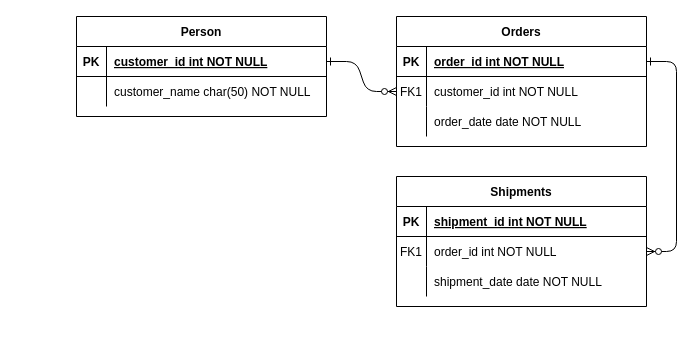
pclmatos/ciai-tp keeps this draw.io diagram as database_schema.drawio. Above is the earlier version. Source tidied: cells renumbered, new cells numbered last; positions are measured from the earlier drawing's top-left corner, leaving out a move shared by most shapes. Both pictures are drawn from the tidied source at 100%, with x=0, y=0 at pixel (76, 16).
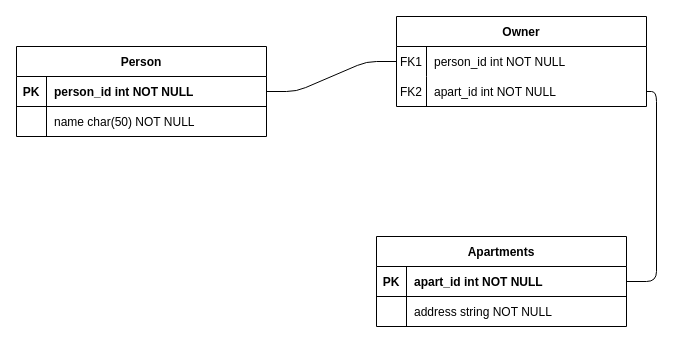
Above is the later version.

Commit message:
added owner relation

The change refers to these unchanged cells:
```xml
<mxCell id="25" style="shape=partialRectangle;fillColor=none;points=[[0,0.5],[1,0.5]];portConstraint=eastwest;top=0;left=0;right=0;bottom=1;" parent="24" vertex="1">
  <mxGeometry y="30" width="250" height="30" as="geometry" />
</mxCell>
<mxCell id="28" style="shape=partialRectangle;fillColor=none;top=0;left=0;right=0;bottom=0;" parent="24" vertex="1">
  <mxGeometry y="60" width="250" height="30" as="geometry" />
</mxCell>
```

Change to the diagram source:
```diff
@@
-    <mxCell id="2" style="edgeStyle=entityRelationEdgeStyle;endArrow=ERzeroToMany;startArrow=ERone;endFill=1;startFill=0;" parent="1" edge="1" source="25" target="8">
+    <mxCell id="2" style="edgeStyle=entityRelationEdgeStyle;endArrow=none;startArrow=none;endFill=0;startFill=0;" parent="1" edge="1" source="25" target="8">
       <mxGeometry relative="1" as="geometry" />
     </mxCell>
-    <mxCell id="3" style="edgeStyle=entityRelationEdgeStyle;endArrow=ERzeroToMany;startArrow=ERone;endFill=1;startFill=0;" parent="1" edge="1" source="5" target="18">
+    <mxCell id="3" style="endArrow=none;startArrow=none;endFill=0;startFill=0;entryX=1;entryY=0.5;entryDx=0;entryDy=0;edgeStyle=orthogonalEdgeStyle;exitX=1;exitY=0.5;exitDx=0;exitDy=0;" parent="1" edge="1" source="11" target="15">
       <mxGeometry relative="1" as="geometry" />
     </mxCell>
-    <mxCell id="4" value="Orders" style="shape=table;startSize=30;childLayout=tableLayout;rowLines=0;fontStyle=1;align=center;" parent="1" vertex="1">
-      <mxGeometry x="320" width="250" height="130" as="geometry" />
+    <mxCell id="4" value="Owner" style="shape=table;startSize=30;childLayout=tableLayout;rowLines=0;fontStyle=1;align=center;" parent="1" vertex="1">
+      <mxGeometry x="320" width="250" height="90" as="geometry" />
     </mxCell>
-    <mxCell id="5" style="shape=partialRectangle;fillColor=none;points=[[0,0.5],[1,0.5]];portConstraint=eastwest;top=0;left=0;right=0;bottom=1;" parent="4" vertex="1">
-      <mxGeometry y="30" width="250" height="30" as="geometry" />
-    </mxCell>
-    <mxCell id="6" value="PK" style="shape=partialRectangle;overflow=hidden;fillColor=none;top=0;left=0;bottom=0;right=0;fontStyle=1;" parent="5" vertex="1">
-      <mxGeometry width="30" height="30" as="geometry" />
-    </mxCell>
-    <mxCell id="7" value="order_id int NOT NULL " style="shape=partialRectangle;overflow=hidden;fillColor=none;top=0;left=0;bottom=0;right=0;align=left;spacingLeft=6;fontStyle=5;" parent="5" vertex="1">
-      <mxGeometry x="30" width="220" height="30" as="geometry" />
-    </mxCell>
     <mxCell id="8" style="shape=partialRectangle;fillColor=none;points=[[0,0.5],[1,0.5]];portConstraint=eastwest;top=0;left=0;right=0;bottom=0;" parent="4" vertex="1">
-      <mxGeometry y="60" width="250" height="30" as="geometry" />
+      <mxGeometry y="30" width="250" height="30" as="geometry" />
     </mxCell>
@@
-    <mxCell id="10" value="customer_id int NOT NULL" style="shape=partialRectangle;overflow=hidden;fillColor=none;top=0;left=0;bottom=0;right=0;align=left;spacingLeft=6;" parent="8" vertex="1">
+    <mxCell id="10" value="person_id int NOT NULL" style="shape=partialRectangle;overflow=hidden;fillColor=none;top=0;left=0;bottom=0;right=0;align=left;spacingLeft=6;" parent="8" vertex="1">
       <mxGeometry x="30" width="220" height="30" as="geometry" />
     </mxCell>
     <mxCell id="11" style="shape=partialRectangle;fillColor=none;points=[[0,0.5],[1,0.5]];portConstraint=eastwest;top=0;left=0;right=0;bottom=0;" parent="4" vertex="1">
-      <mxGeometry y="90" width="250" height="30" as="geometry" />
+      <mxGeometry y="60" width="250" height="30" as="geometry" />
     </mxCell>
-    <mxCell id="12" style="shape=partialRectangle;overflow=hidden;fillColor=none;top=0;left=0;bottom=0;right=0;" parent="11" vertex="1">
+    <mxCell id="12" value="FK2" style="shape=partialRectangle;overflow=hidden;fillColor=none;top=0;left=0;bottom=0;right=0;" parent="11" vertex="1">
       <mxGeometry width="30" height="30" as="geometry" />
     </mxCell>
-    <mxCell id="13" value="order_date date NOT NULL" style="shape=partialRectangle;overflow=hidden;fillColor=none;top=0;left=0;bottom=0;right=0;align=left;spacingLeft=6;" parent="11" vertex="1">
+    <mxCell id="13" value="apart_id int NOT NULL" style="shape=partialRectangle;overflow=hidden;fillColor=none;top=0;left=0;bottom=0;right=0;align=left;spacingLeft=6;" parent="11" vertex="1">
       <mxGeometry x="30" width="220" height="30" as="geometry" />
     </mxCell>
-    <mxCell id="14" value="Shipments" style="shape=table;startSize=30;childLayout=tableLayout;rowLines=0;fontStyle=1;align=center;" parent="1" vertex="1">
-      <mxGeometry x="320" y="160" width="250" height="130" as="geometry" />
-    </mxCell>
-    <mxCell id="15" style="shape=partialRectangle;fillColor=none;points=[[0,0.5],[1,0.5]];portConstraint=eastwest;top=0;left=0;right=0;bottom=1;" parent="14" vertex="1">
-      <mxGeometry y="30" width="250" height="30" as="geometry" />
-    </mxCell>
-    <mxCell id="16" value="PK" style="shape=partialRectangle;overflow=hidden;fillColor=none;top=0;left=0;bottom=0;right=0;fontStyle=1;" parent="15" vertex="1">
-      <mxGeometry width="30" height="30" as="geometry" />
-    </mxCell>
-    <mxCell id="17" value="shipment_id int NOT NULL " style="shape=partialRectangle;overflow=hidden;fillColor=none;top=0;left=0;bottom=0;right=0;align=left;spacingLeft=6;fontStyle=5;" parent="15" vertex="1">
-      <mxGeometry x="30" width="220" height="30" as="geometry" />
-    </mxCell>
-    <mxCell id="18" style="shape=partialRectangle;fillColor=none;points=[[0,0.5],[1,0.5]];portConstraint=eastwest;top=0;left=0;right=0;bottom=0;" parent="14" vertex="1">
-      <mxGeometry y="60" width="250" height="30" as="geometry" />
-    </mxCell>
-    <mxCell id="19" value="FK1" style="shape=partialRectangle;overflow=hidden;fillColor=none;top=0;left=0;bottom=0;right=0;" parent="18" vertex="1">
-      <mxGeometry width="30" height="30" as="geometry" />
-    </mxCell>
-    <mxCell id="20" value="order_id int NOT NULL" style="shape=partialRectangle;overflow=hidden;fillColor=none;top=0;left=0;bottom=0;right=0;align=left;spacingLeft=6;" parent="18" vertex="1">
-      <mxGeometry x="30" width="220" height="30" as="geometry" />
-    </mxCell>
-    <mxCell id="21" style="shape=partialRectangle;fillColor=none;top=0;left=0;right=0;bottom=0;" parent="14" vertex="1">
-      <mxGeometry y="90" width="250" height="30" as="geometry" />
-    </mxCell>
-    <mxCell id="22" style="shape=partialRectangle;overflow=hidden;fillColor=none;top=0;left=0;bottom=0;right=0;" parent="21" vertex="1">
-      <mxGeometry width="30" height="30" as="geometry" />
-    </mxCell>
-    <mxCell id="23" value="shipment_date date NOT NULL" style="shape=partialRectangle;overflow=hidden;fillColor=none;top=0;left=0;bottom=0;right=0;align=left;spacingLeft=6;" parent="21" vertex="1">
-      <mxGeometry x="30" width="220" height="30" as="geometry" />
-    </mxCell>
     <mxCell id="24" value="Person" style="shape=table;startSize=30;childLayout=tableLayout;rowLines=0;fontStyle=1;align=center;" parent="1" vertex="1">
-      <mxGeometry width="250" height="100" as="geometry" />
+      <mxGeometry x="-60" y="30" width="250" height="90" as="geometry" />
     </mxCell>
@@
-    <mxCell id="27" value="customer_id int NOT NULL " style="shape=partialRectangle;overflow=hidden;fillColor=none;top=0;left=0;bottom=0;right=0;align=left;spacingLeft=6;fontStyle=5;" parent="25" vertex="1">
+    <mxCell id="27" value="person_id int NOT NULL " style="shape=partialRectangle;overflow=hidden;fillColor=none;top=0;left=0;bottom=0;right=0;align=left;spacingLeft=6;fontStyle=1;" parent="25" vertex="1">
       <mxGeometry x="30" width="220" height="30" as="geometry" />
     </mxCell>
@@
-    <mxCell id="30" value="customer_name char(50) NOT NULL" style="shape=partialRectangle;overflow=hidden;fillColor=none;top=0;left=0;bottom=0;right=0;align=left;spacingLeft=6;" parent="28" vertex="1">
+    <mxCell id="30" value="name char(50) NOT NULL" style="shape=partialRectangle;overflow=hidden;fillColor=none;top=0;left=0;bottom=0;right=0;align=left;spacingLeft=6;" parent="28" vertex="1">
       <mxGeometry x="30" width="220" height="30" as="geometry" />
     </mxCell>
+    <mxCell id="14" value="Apartments" style="shape=table;startSize=30;childLayout=tableLayout;rowLines=0;fontStyle=1;align=center;" parent="1" vertex="1">
+      <mxGeometry x="300" y="220" width="250" height="90" as="geometry" />
+    </mxCell>
+    <mxCell id="15" style="shape=partialRectangle;fillColor=none;points=[[0,0.5],[1,0.5]];portConstraint=eastwest;top=0;left=0;right=0;bottom=1;" parent="14" vertex="1">
+      <mxGeometry y="30" width="250" height="30" as="geometry" />
+    </mxCell>
+    <mxCell id="16" value="PK" style="shape=partialRectangle;overflow=hidden;fillColor=none;top=0;left=0;bottom=0;right=0;fontStyle=1;" parent="15" vertex="1">
+      <mxGeometry width="30" height="30" as="geometry" />
+    </mxCell>
+    <mxCell id="17" value="apart_id int NOT NULL " style="shape=partialRectangle;overflow=hidden;fillColor=none;top=0;left=0;bottom=0;right=0;align=left;spacingLeft=6;fontStyle=1;" parent="15" vertex="1">
+      <mxGeometry x="30" width="220" height="30" as="geometry" />
+    </mxCell>
+    <mxCell id="21" style="shape=partialRectangle;fillColor=none;top=0;left=0;right=0;bottom=0;" parent="14" vertex="1">
+      <mxGeometry y="60" width="250" height="30" as="geometry" />
+    </mxCell>
+    <mxCell id="22" style="shape=partialRectangle;overflow=hidden;fillColor=none;top=0;left=0;bottom=0;right=0;" parent="21" vertex="1">
+      <mxGeometry width="30" height="30" as="geometry" />
+    </mxCell>
+    <mxCell id="23" value="address string NOT NULL" style="shape=partialRectangle;overflow=hidden;fillColor=none;top=0;left=0;bottom=0;right=0;align=left;spacingLeft=6;" parent="21" vertex="1">
+      <mxGeometry x="30" width="220" height="30" as="geometry" />
+    </mxCell>
```
